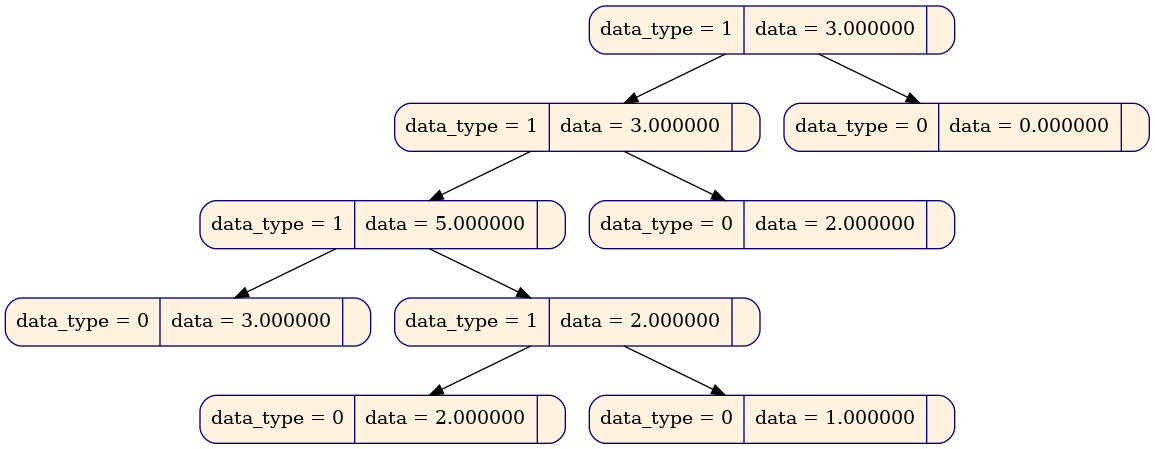
Before: diff_tree/gr_dump/diff_tree_4.dot.png, a diagram exported from Graphviz (pupach/diff_tree). Its source is kept beside it as diff_tree/gr_dump/diff_tree_4.dot. The source it was exported from:
```dot
digraph
{
node [shape = Mrecord, color  = "navy", style = "filled"];
node0x6230000002c0[label = " data_type = 1 | data = 3.000000 | ", fillcolor = "#fff3e0", rank = 0];
node0x622000000250[label = " data_type = 1 | data = 3.000000 | ", fillcolor = "#fff3e0", rank = 1];
node0x620000000160[label = " data_type = 1 | data = 5.000000 | ", fillcolor = "#fff3e0", rank = 2];
node0x619000000a80[label = " data_type = 0 | data = 3.000000 | ", fillcolor = "#fff3e0", rank = 3];
node0x6200000000b8[label = " data_type = 1 | data = 2.000000 | ", fillcolor = "#fff3e0", rank = 3];
node0x6200000000f0[label = " data_type = 0 | data = 2.000000 | ", fillcolor = "#fff3e0", rank = 4];
node0x620000000128[label = " data_type = 0 | data = 1.000000 | ", fillcolor = "#fff3e0", rank = 4];
node0x622000000218[label = " data_type = 0 | data = 2.000000 | ", fillcolor = "#fff3e0", rank = 2];
node0x623000000288[label = " data_type = 0 | data = 0.000000 | ", fillcolor = "#fff3e0", rank = 1];
node0x6230000002c0 -> node0x622000000250;
node0x622000000250 -> node0x620000000160;
node0x620000000160 -> node0x619000000a80;
node0x620000000160 -> node0x6200000000b8;
node0x6200000000b8 -> node0x6200000000f0;
node0x6200000000b8 -> node0x620000000128;
node0x622000000250 -> node0x622000000218;
node0x6230000002c0 -> node0x623000000288;
}
```
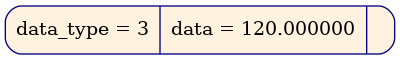
The same file after the commit.

What changed in the source:
```diff
@@ -1,21 +1,5 @@
 digraph
 {
 node [shape = Mrecord, color  = "navy", style = "filled"];
-node0x6230000002c0[label = " data_type = 1 | data = 3.000000 | ", fillcolor = "#fff3e0", rank = 0];
-node0x622000000250[label = " data_type = 1 | data = 3.000000 | ", fillcolor = "#fff3e0", rank = 1];
-node0x620000000160[label = " data_type = 1 | data = 5.000000 | ", fillcolor = "#fff3e0", rank = 2];
-node0x619000000a80[label = " data_type = 0 | data = 3.000000 | ", fillcolor = "#fff3e0", rank = 3];
-node0x6200000000b8[label = " data_type = 1 | data = 2.000000 | ", fillcolor = "#fff3e0", rank = 3];
-node0x6200000000f0[label = " data_type = 0 | data = 2.000000 | ", fillcolor = "#fff3e0", rank = 4];
-node0x620000000128[label = " data_type = 0 | data = 1.000000 | ", fillcolor = "#fff3e0", rank = 4];
-node0x622000000218[label = " data_type = 0 | data = 2.000000 | ", fillcolor = "#fff3e0", rank = 2];
-node0x623000000288[label = " data_type = 0 | data = 0.000000 | ", fillcolor = "#fff3e0", rank = 1];
-node0x6230000002c0 -> node0x622000000250;
-node0x622000000250 -> node0x620000000160;
-node0x620000000160 -> node0x619000000a80;
-node0x620000000160 -> node0x6200000000b8;
-node0x6200000000b8 -> node0x6200000000f0;
-node0x6200000000b8 -> node0x620000000128;
-node0x622000000250 -> node0x622000000218;
-node0x6230000002c0 -> node0x623000000288;
+node0x619000000a80[label = " data_type = 3 | data = 120.000000 | ", fillcolor = "#fff3e0", rank = 0];
 }
```
